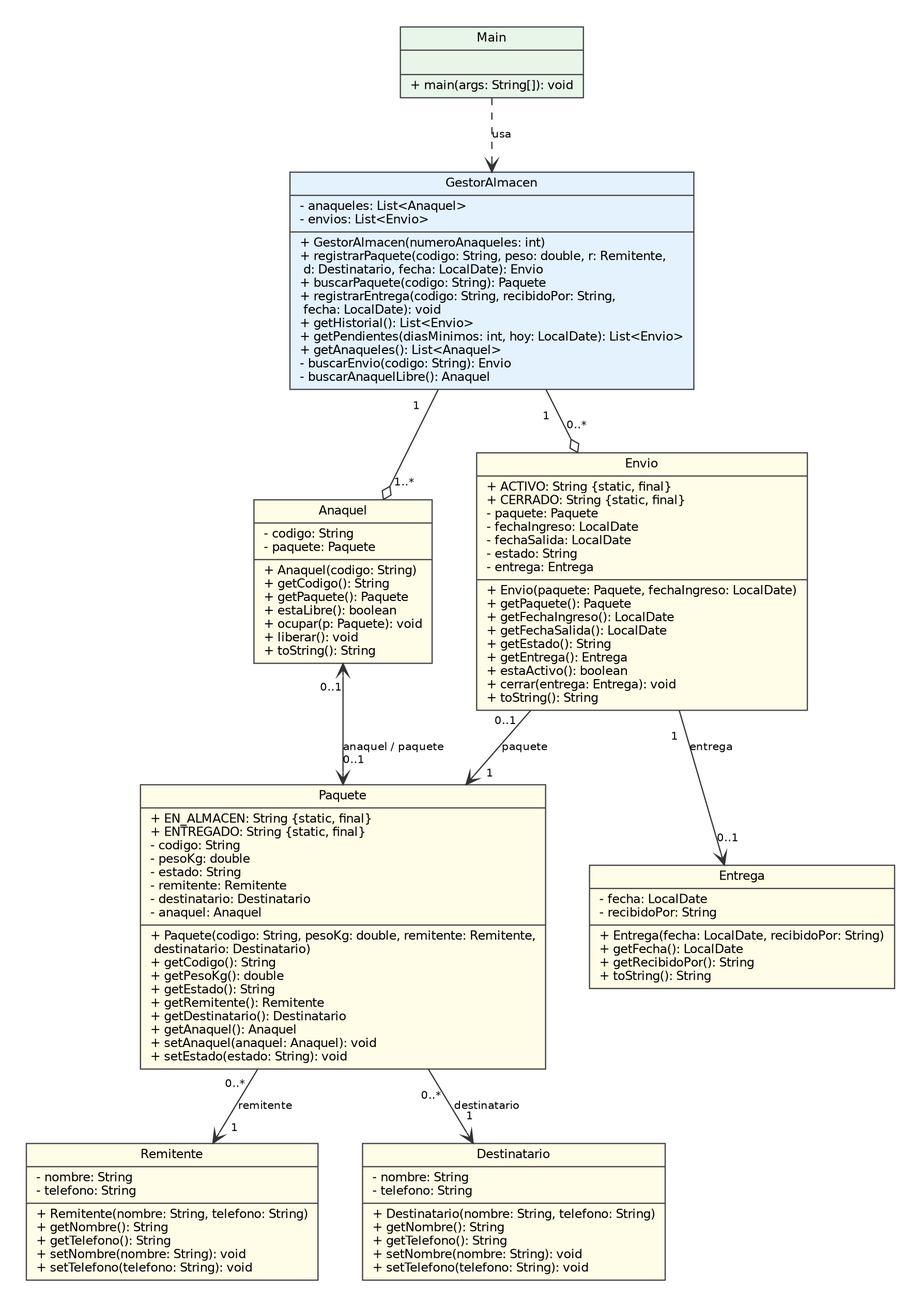
Above: docs/uml_almacen.png in jmbf010907-ui/Proyecto-Integrador-ALMACEN-DE-PAQUETES (Graphviz), before the change. Its source is kept beside it as docs/uml_almacen.dot. Its diagram source:
```dot
digraph UML {
  graph [rankdir=TB, nodesep=0.5, ranksep=0.7, fontname="Helvetica", bgcolor="white", pad=0.3];
  node  [shape=record, fontname="Helvetica", fontsize=10, style=filled, fillcolor="#FFFDE7", color="#444444"];
  edge  [fontname="Helvetica", fontsize=9, arrowhead=vee, color="#333333"];

  Main [fillcolor="#E8F5E9", label="{Main|\l|+ main(args: String[]): void\l}"];

  Gestor [fillcolor="#E3F2FD", label="{GestorAlmacen|- anaqueles: List\<Anaquel\>\l- envios: List\<Envio\>\l|+ GestorAlmacen(numeroAnaqueles: int)\l+ registrarPaquete(codigo: String, peso: double, r: Remitente,\l      d: Destinatario, fecha: LocalDate): Envio\l+ buscarPaquete(codigo: String): Paquete\l+ registrarEntrega(codigo: String, recibidoPor: String,\l      fecha: LocalDate): void\l+ getHistorial(): List\<Envio\>\l+ getPendientes(diasMinimos: int, hoy: LocalDate): List\<Envio\>\l+ getAnaqueles(): List\<Anaquel\>\l- buscarEnvio(codigo: String): Envio\l- buscarAnaquelLibre(): Anaquel\l}"];

  Remitente [label="{Remitente|- nombre: String\l- telefono: String\l|+ Remitente(nombre: String, telefono: String)\l+ getNombre(): String\l+ getTelefono(): String\l+ setNombre(nombre: String): void\l+ setTelefono(telefono: String): void\l}"];

  Destinatario [label="{Destinatario|- nombre: String\l- telefono: String\l|+ Destinatario(nombre: String, telefono: String)\l+ getNombre(): String\l+ getTelefono(): String\l+ setNombre(nombre: String): void\l+ setTelefono(telefono: String): void\l}"];

  Paquete [label="{Paquete|+ EN_ALMACEN: String \{static, final\}\l+ ENTREGADO: String \{static, final\}\l- codigo: String\l- pesoKg: double\l- estado: String\l- remitente: Remitente\l- destinatario: Destinatario\l- anaquel: Anaquel\l|+ Paquete(codigo: String, pesoKg: double, remitente: Remitente,\l      destinatario: Destinatario)\l+ getCodigo(): String\l+ getPesoKg(): double\l+ getEstado(): String\l+ getRemitente(): Remitente\l+ getDestinatario(): Destinatario\l+ getAnaquel(): Anaquel\l+ setAnaquel(anaquel: Anaquel): void\l+ setEstado(estado: String): void\l}"];

  Anaquel [label="{Anaquel|- codigo: String\l- paquete: Paquete\l|+ Anaquel(codigo: String)\l+ getCodigo(): String\l+ getPaquete(): Paquete\l+ estaLibre(): boolean\l+ ocupar(p: Paquete): void\l+ liberar(): void\l+ toString(): String\l}"];

  Envio [label="{Envio|+ ACTIVO: String \{static, final\}\l+ CERRADO: String \{static, final\}\l- paquete: Paquete\l- fechaIngreso: LocalDate\l- fechaSalida: LocalDate\l- estado: String\l- entrega: Entrega\l|+ Envio(paquete: Paquete, fechaIngreso: LocalDate)\l+ getPaquete(): Paquete\l+ getFechaIngreso(): LocalDate\l+ getFechaSalida(): LocalDate\l+ getEstado(): String\l+ getEntrega(): Entrega\l+ estaActivo(): boolean\l+ cerrar(entrega: Entrega): void\l+ toString(): String\l}"];

  Entrega [label="{Entrega|- fecha: LocalDate\l- recibidoPor: String\l|+ Entrega(fecha: LocalDate, recibidoPor: String)\l+ getFecha(): LocalDate\l+ getRecibidoPor(): String\l+ toString(): String\l}"];

  Main -> Gestor [style=dashed, label="usa"];
  Gestor -> Anaquel [arrowhead=odiamond, dir=both, arrowtail=none, headlabel="1..*", taillabel="1", labeldistance=2.2];
  Gestor -> Envio   [arrowhead=odiamond, dir=both, arrowtail=none, headlabel="0..*", taillabel="1", labeldistance=2.2];
  Envio -> Paquete  [label="paquete", headlabel="1", taillabel="0..1", labeldistance=2.2];
  Envio -> Entrega  [label="entrega", headlabel="0..1", taillabel="1", labeldistance=2.2];
  Paquete -> Remitente    [label="remitente", headlabel="1", taillabel="0..*", labeldistance=2.2];
  Paquete -> Destinatario [label="destinatario", headlabel="1", taillabel="0..*", labeldistance=2.2];
  Paquete -> Anaquel [dir=both, arrowtail=vee, label="anaquel / paquete", headlabel="0..1", taillabel="0..1", labeldistance=2.2];

  {rank=same; Remitente; Destinatario}
  {rank=same; Anaquel; Envio}
}
```
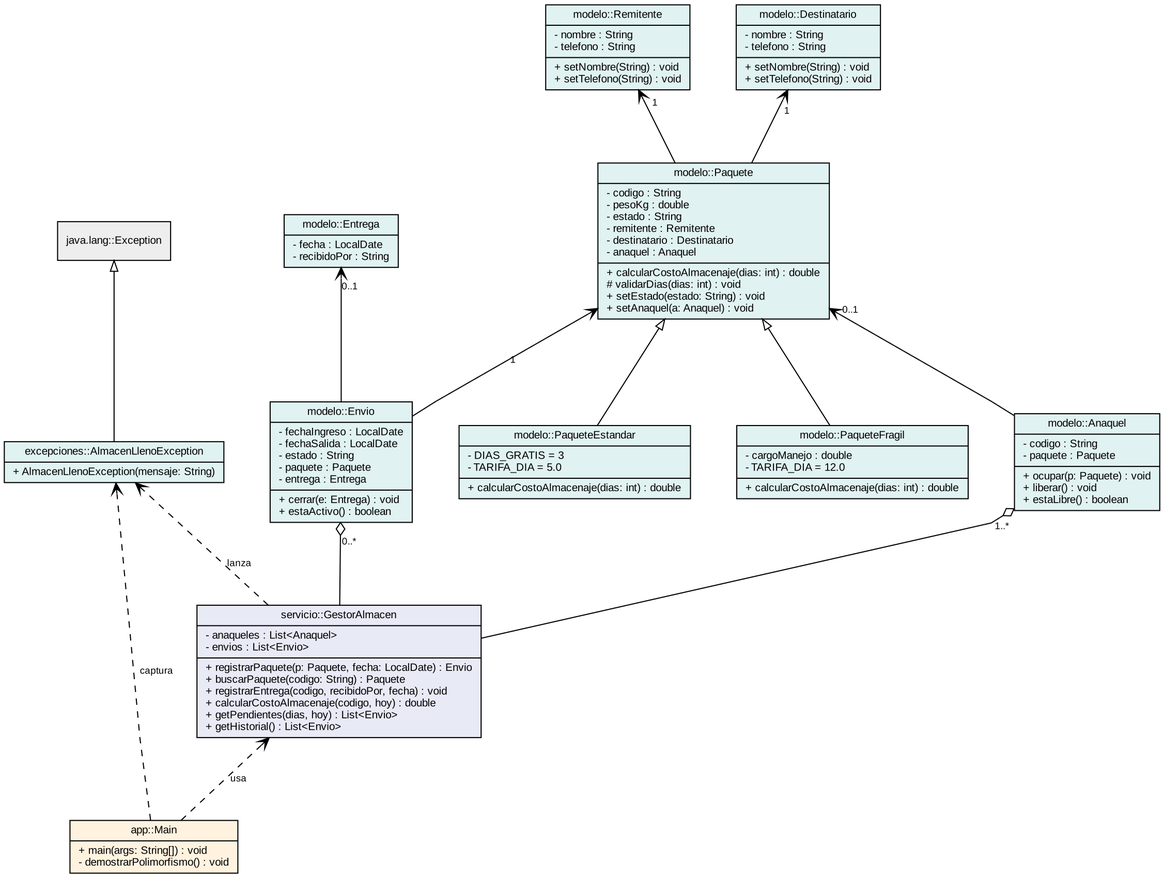
The same file after the commit.

Diff of the diagram source:
```diff
@@ -1,33 +1,33 @@
 digraph UML {
-  graph [rankdir=TB, nodesep=0.5, ranksep=0.7, fontname="Helvetica", bgcolor="white", pad=0.3];
-  node  [shape=record, fontname="Helvetica", fontsize=10, style=filled, fillcolor="#FFFDE7", color="#444444"];
-  edge  [fontname="Helvetica", fontsize=9, arrowhead=vee, color="#333333"];
+  rankdir=BT; nodesep=0.6; ranksep=0.9; splines=polyline;
+  graph [fontname="Arial"];
+  node [shape=record, fontname="Arial", fontsize=10, style=filled, fillcolor="#E0F2F1"];
+  edge [fontname="Arial", fontsize=9];
 
-  Main [fillcolor="#E8F5E9", label="{Main|\l|+ main(args: String[]): void\l}"];
+  Main [fillcolor="#FFF3E0", label="{app::Main|+ main(args: String[]) : void\l- demostrarPolimorfismo() : void\l}"];
+  Gestor [fillcolor="#E8EAF6", label="{servicio::GestorAlmacen|- anaqueles : List\<Anaquel\>\l- envios : List\<Envio\>\l|+ registrarPaquete(p: Paquete, fecha: LocalDate) : Envio\l+ buscarPaquete(codigo: String) : Paquete\l+ registrarEntrega(codigo, recibidoPor, fecha) : void\l+ calcularCostoAlmacenaje(codigo, hoy) : double\l+ getPendientes(dias, hoy) : List\<Envio\>\l+ getHistorial() : List\<Envio\>\l}"];
+  Exc [label="{excepciones::AlmacenLlenoException|+ AlmacenLlenoException(mensaje: String)\l}"];
+  Exception [fillcolor="#EEEEEE", label="{java.lang::Exception}"];
+  Paquete [label="{modelo::Paquete|- codigo : String\l- pesoKg : double\l- estado : String\l- remitente : Remitente\l- destinatario : Destinatario\l- anaquel : Anaquel\l|+ calcularCostoAlmacenaje(dias: int) : double\l# validarDias(dias: int) : void\l+ setEstado(estado: String) : void\l+ setAnaquel(a: Anaquel) : void\l}"];
+  Est [label="{modelo::PaqueteEstandar|- DIAS_GRATIS = 3\l- TARIFA_DIA = 5.0\l|+ calcularCostoAlmacenaje(dias: int) : double\l}"];
+  Fra [label="{modelo::PaqueteFragil|- cargoManejo : double\l- TARIFA_DIA = 12.0\l|+ calcularCostoAlmacenaje(dias: int) : double\l}"];
+  Rem [label="{modelo::Remitente|- nombre : String\l- telefono : String\l|+ setNombre(String) : void\l+ setTelefono(String) : void\l}"];
+  Des [label="{modelo::Destinatario|- nombre : String\l- telefono : String\l|+ setNombre(String) : void\l+ setTelefono(String) : void\l}"];
+  Ana [label="{modelo::Anaquel|- codigo : String\l- paquete : Paquete\l|+ ocupar(p: Paquete) : void\l+ liberar() : void\l+ estaLibre() : boolean\l}"];
+  Env [label="{modelo::Envio|- fechaIngreso : LocalDate\l- fechaSalida : LocalDate\l- estado : String\l- paquete : Paquete\l- entrega : Entrega\l|+ cerrar(e: Entrega) : void\l+ estaActivo() : boolean\l}"];
+  Ent [label="{modelo::Entrega|- fecha : LocalDate\l- recibidoPor : String\l}"];
 
-  Gestor [fillcolor="#E3F2FD", label="{GestorAlmacen|- anaqueles: List\<Anaquel\>\l- envios: List\<Envio\>\l|+ GestorAlmacen(numeroAnaqueles: int)\l+ registrarPaquete(codigo: String, peso: double, r: Remitente,\l      d: Destinatario, fecha: LocalDate): Envio\l+ buscarPaquete(codigo: String): Paquete\l+ registrarEntrega(codigo: String, recibidoPor: String,\l      fecha: LocalDate): void\l+ getHistorial(): List\<Envio\>\l+ getPendientes(diasMinimos: int, hoy: LocalDate): List\<Envio\>\l+ getAnaqueles(): List\<Anaquel\>\l- buscarEnvio(codigo: String): Envio\l- buscarAnaquelLibre(): Anaquel\l}"];
-
-  Remitente [label="{Remitente|- nombre: String\l- telefono: String\l|+ Remitente(nombre: String, telefono: String)\l+ getNombre(): String\l+ getTelefono(): String\l+ setNombre(nombre: String): void\l+ setTelefono(telefono: String): void\l}"];
-
-  Destinatario [label="{Destinatario|- nombre: String\l- telefono: String\l|+ Destinatario(nombre: String, telefono: String)\l+ getNombre(): String\l+ getTelefono(): String\l+ setNombre(nombre: String): void\l+ setTelefono(telefono: String): void\l}"];
-
-  Paquete [label="{Paquete|+ EN_ALMACEN: String \{static, final\}\l+ ENTREGADO: String \{static, final\}\l- codigo: String\l- pesoKg: double\l- estado: String\l- remitente: Remitente\l- destinatario: Destinatario\l- anaquel: Anaquel\l|+ Paquete(codigo: String, pesoKg: double, remitente: Remitente,\l      destinatario: Destinatario)\l+ getCodigo(): String\l+ getPesoKg(): double\l+ getEstado(): String\l+ getRemitente(): Remitente\l+ getDestinatario(): Destinatario\l+ getAnaquel(): Anaquel\l+ setAnaquel(anaquel: Anaquel): void\l+ setEstado(estado: String): void\l}"];
-
-  Anaquel [label="{Anaquel|- codigo: String\l- paquete: Paquete\l|+ Anaquel(codigo: String)\l+ getCodigo(): String\l+ getPaquete(): Paquete\l+ estaLibre(): boolean\l+ ocupar(p: Paquete): void\l+ liberar(): void\l+ toString(): String\l}"];
-
-  Envio [label="{Envio|+ ACTIVO: String \{static, final\}\l+ CERRADO: String \{static, final\}\l- paquete: Paquete\l- fechaIngreso: LocalDate\l- fechaSalida: LocalDate\l- estado: String\l- entrega: Entrega\l|+ Envio(paquete: Paquete, fechaIngreso: LocalDate)\l+ getPaquete(): Paquete\l+ getFechaIngreso(): LocalDate\l+ getFechaSalida(): LocalDate\l+ getEstado(): String\l+ getEntrega(): Entrega\l+ estaActivo(): boolean\l+ cerrar(entrega: Entrega): void\l+ toString(): String\l}"];
-
-  Entrega [label="{Entrega|- fecha: LocalDate\l- recibidoPor: String\l|+ Entrega(fecha: LocalDate, recibidoPor: String)\l+ getFecha(): LocalDate\l+ getRecibidoPor(): String\l+ toString(): String\l}"];
-
-  Main -> Gestor [style=dashed, label="usa"];
-  Gestor -> Anaquel [arrowhead=odiamond, dir=both, arrowtail=none, headlabel="1..*", taillabel="1", labeldistance=2.2];
-  Gestor -> Envio   [arrowhead=odiamond, dir=both, arrowtail=none, headlabel="0..*", taillabel="1", labeldistance=2.2];
-  Envio -> Paquete  [label="paquete", headlabel="1", taillabel="0..1", labeldistance=2.2];
-  Envio -> Entrega  [label="entrega", headlabel="0..1", taillabel="1", labeldistance=2.2];
-  Paquete -> Remitente    [label="remitente", headlabel="1", taillabel="0..*", labeldistance=2.2];
-  Paquete -> Destinatario [label="destinatario", headlabel="1", taillabel="0..*", labeldistance=2.2];
-  Paquete -> Anaquel [dir=both, arrowtail=vee, label="anaquel / paquete", headlabel="0..1", taillabel="0..1", labeldistance=2.2];
-
-  {rank=same; Remitente; Destinatario}
-  {rank=same; Anaquel; Envio}
+  Est -> Paquete [arrowhead=empty];
+  Fra -> Paquete [arrowhead=empty];
+  Exc -> Exception [arrowhead=empty];
+  Main -> Gestor [style=dashed, arrowhead=vee, label="usa"];
+  Main -> Exc [style=dashed, arrowhead=vee, label="captura"];
+  Gestor -> Exc [style=dashed, arrowhead=vee, label="lanza"];
+  Gestor -> Ana [arrowhead=odiamond, headlabel="1..*", labeldistance=2];
+  Gestor -> Env [arrowhead=odiamond, headlabel="0..*", labeldistance=2];
+  Env -> Paquete [arrowhead=vee, label="1"];
+  Env -> Ent [arrowhead=vee, headlabel="0..1", labeldistance=2];
+  Ana -> Paquete [arrowhead=vee, headlabel="0..1", labeldistance=2];
+  Paquete -> Rem [arrowhead=vee, headlabel="1", labeldistance=2];
+  Paquete -> Des [arrowhead=vee, headlabel="1", labeldistance=2];
 }
```
